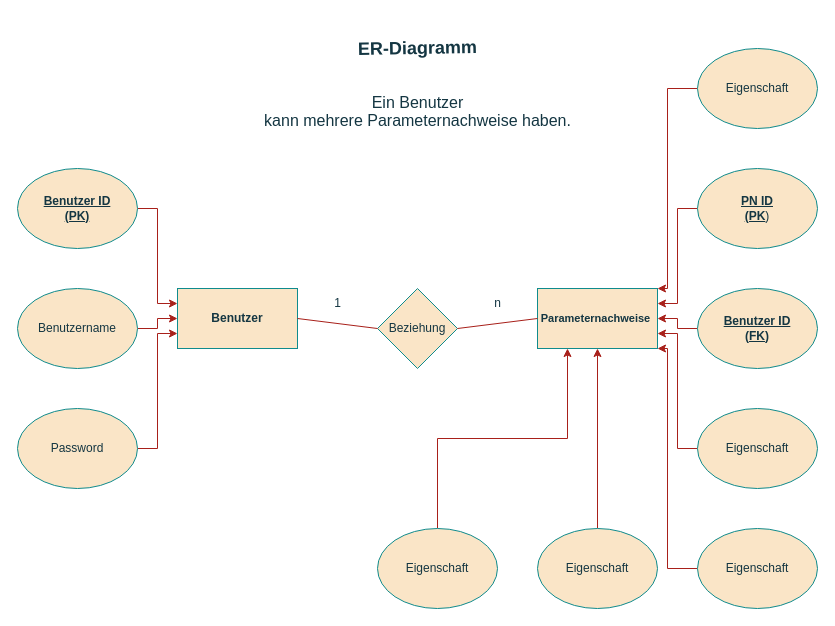
Before: CardioVaskular_ER_Diagramm.drawio in PythonPokemon/Draw.io, a draw.io diagram. Source tidied: cells renumbered, new cells numbered last; positions are measured from the earlier drawing's top-left corner, leaving out a move shared by most shapes. Both pictures are drawn from the tidied source at 100%, with x=0, y=0 at pixel (17, 18).
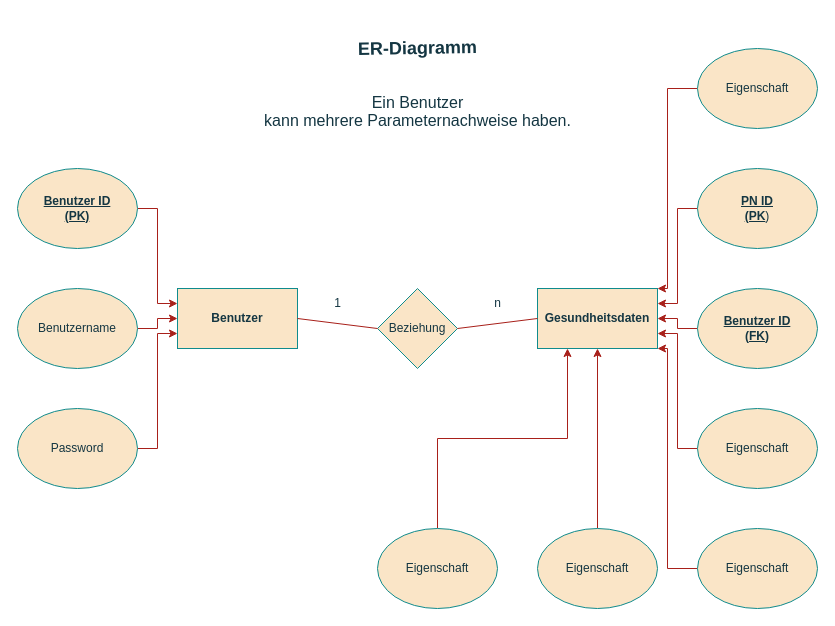
After the change.

Diff of the diagram source:
```diff
@@
-    <mxCell id="6" value="&lt;span style=&quot;text-wrap-mode: nowrap;&quot;&gt;&lt;font style=&quot;font-size: 11px;&quot;&gt;&lt;b&gt;Parameternachweise&amp;nbsp;&lt;/b&gt;&lt;/font&gt;&lt;/span&gt;" style="rounded=0;whiteSpace=wrap;html=1;labelBackgroundColor=none;fillColor=#FAE5C7;strokeColor=#0F8B8D;fontColor=#143642;" parent="1" vertex="1">
+    <mxCell id="6" value="&lt;b&gt;Gesundheitsdaten&lt;/b&gt;" style="rounded=0;whiteSpace=wrap;html=1;labelBackgroundColor=none;fillColor=#FAE5C7;strokeColor=#0F8B8D;fontColor=#143642;" parent="1" vertex="1">
       <mxGeometry x="520" y="270" width="120" height="60" as="geometry" />
     </mxCell>
```
